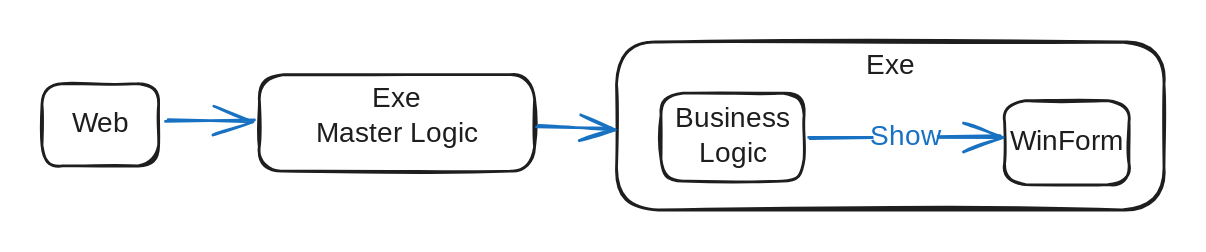
Before: .gitbook/assets/file.excalidraw.svg, a diagram exported from Excalidraw (jyseok85/jyseok85.github.io). Source tidied: one line per element, renumbered; positions are measured from the earlier drawing's top-left corner, leaving out a move shared by most shapes.
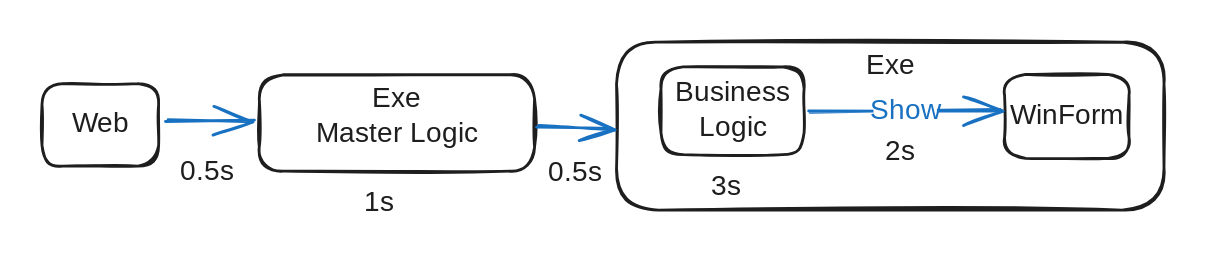
The same diagram one commit later.

What changed in the source:
```diff
@@ -4,11 +4,16 @@
 {"id": 3, "type": "text", "text": "Exe\nMaster Logic", "strokeColor": "#1e1e1e", "strokeWidth": 2, "roughness": 1, "fontSize": 20, "fontFamily": 1, "textAlign": "center", "inside": 2, "x": 190, "y": 28, "width": 128, "height": 50}
 {"id": 4, "type": "rectangle", "strokeColor": "#1e1e1e", "strokeWidth": 2, "roughness": 1, "round": true, "x": 410, "y": 0, "width": 391, "height": 120}
 {"id": 5, "type": "text", "text": "Exe\n", "strokeColor": "#1e1e1e", "strokeWidth": 2, "roughness": 1, "fontSize": 20, "fontFamily": 1, "textAlign": "center", "inside": 4, "x": 588, "y": 5, "width": 36, "height": 50}
-{"id": 6, "type": "rectangle", "strokeColor": "#1e1e1e", "strokeWidth": 2, "roughness": 1, "round": true, "x": 688, "y": 42, "width": 89, "height": 60}
+{"id": 6, "type": "rectangle", "strokeColor": "#1e1e1e", "strokeWidth": 2, "roughness": 1, "round": true, "x": 688, "y": 23, "width": 89, "height": 60}
-{"id": 7, "type": "text", "text": "WinForm", "strokeColor": "#1e1e1e", "strokeWidth": 2, "roughness": 1, "fontSize": 20, "fontFamily": 1, "textAlign": "center", "verticalAlign": "middle", "inside": 6, "x": 696, "y": 59, "width": 72, "height": 25}
+{"id": 7, "type": "text", "text": "WinForm", "strokeColor": "#1e1e1e", "strokeWidth": 2, "roughness": 1, "fontSize": 20, "fontFamily": 1, "textAlign": "center", "verticalAlign": "middle", "inside": 6, "x": 696, "y": 40, "width": 72, "height": 25}
 {"id": 8, "type": "arrow", "strokeColor": "#1971c2", "backgroundColor": "#ffec99", "fillStyle": "solid", "strokeWidth": 2, "roughness": 1, "endArrowhead": "arrow", "round": true, "from": 0, "to": 2, "x": 89, "y": 57, "width": 63, "height": 1, "points": [[0, 0], [63, -1]]}
-{"id": 9, "type": "rectangle", "strokeColor": "#1e1e1e", "strokeWidth": 2, "roughness": 1, "round": true, "x": 442, "y": 37, "width": 102, "height": 63}
+{"id": 9, "type": "rectangle", "strokeColor": "#1e1e1e", "strokeWidth": 2, "roughness": 1, "round": true, "x": 442, "y": 18, "width": 102, "height": 63}
-{"id": 10, "type": "text", "text": "Business\nLogic", "strokeColor": "#1e1e1e", "strokeWidth": 2, "roughness": 1, "fontSize": 20, "fontFamily": 1, "textAlign": "center", "verticalAlign": "middle", "inside": 9, "x": 452, "y": 43, "width": 83, "height": 50}
+{"id": 10, "type": "text", "text": "Business\nLogic", "strokeColor": "#1e1e1e", "strokeWidth": 2, "roughness": 1, "fontSize": 20, "fontFamily": 1, "textAlign": "center", "verticalAlign": "middle", "inside": 9, "x": 452, "y": 24, "width": 83, "height": 50}
 {"id": 11, "type": "arrow", "strokeColor": "#1971c2", "backgroundColor": "#ffec99", "fillStyle": "solid", "strokeWidth": 2, "roughness": 1, "endArrowhead": "arrow", "round": true, "from": 2, "to": 4, "x": 354, "y": 61, "width": 53, "height": 1, "points": [[0, 0], [53, 1]]}
-{"id": 12, "type": "arrow", "strokeColor": "#1971c2", "backgroundColor": "#ffec99", "fillStyle": "solid", "strokeWidth": 2, "roughness": 1, "endArrowhead": "arrow", "round": true, "from": 9, "to": 6, "x": 548, "y": 69, "width": 138, "height": 2, "points": [[0, 0], [138, -2]]}
+{"id": 12, "type": "arrow", "strokeColor": "#1971c2", "backgroundColor": "#ffec99", "fillStyle": "solid", "strokeWidth": 2, "roughness": 1, "endArrowhead": "arrow", "round": true, "from": 9, "to": 6, "x": 548, "y": 50, "width": 138, "height": 2, "points": [[0, 0], [138, -2]]}
 {"id": 13, "type": "text", "text": "Show", "strokeColor": "#1971c2", "backgroundColor": "#ffec99", "fillStyle": "solid", "strokeWidth": 2, "roughness": 1, "fontSize": 20, "fontFamily": 1, "textAlign": "center", "verticalAlign": "middle", "inside": 12, "x": 595, "y": 55, "width": 45, "height": 25}
+{"id": 14, "type": "text", "text": "0.5s", "strokeColor": "#1e1e1e", "strokeWidth": 2, "roughness": 1, "fontSize": 20, "fontFamily": 1, "x": 99, "y": 81, "width": 42, "height": 25}
+{"id": 15, "type": "text", "text": "0.5s", "strokeColor": "#1e1e1e", "strokeWidth": 2, "roughness": 1, "fontSize": 20, "fontFamily": 1, "x": 362, "y": 82, "width": 42, "height": 25}
+{"id": 16, "type": "text", "text": "1s", "strokeColor": "#1e1e1e", "strokeWidth": 2, "roughness": 1, "fontSize": 20, "fontFamily": 1, "x": 230, "y": 103, "width": 16, "height": 25}
+{"id": 17, "type": "text", "text": "3s", "strokeColor": "#1e1e1e", "strokeWidth": 2, "roughness": 1, "fontSize": 20, "fontFamily": 1, "x": 478, "y": 91, "width": 24, "height": 25}
+{"id": 18, "type": "text", "text": "2s", "strokeColor": "#1e1e1e", "strokeWidth": 2, "roughness": 1, "fontSize": 20, "fontFamily": 1, "x": 602, "y": 66, "width": 25, "height": 25}
```
